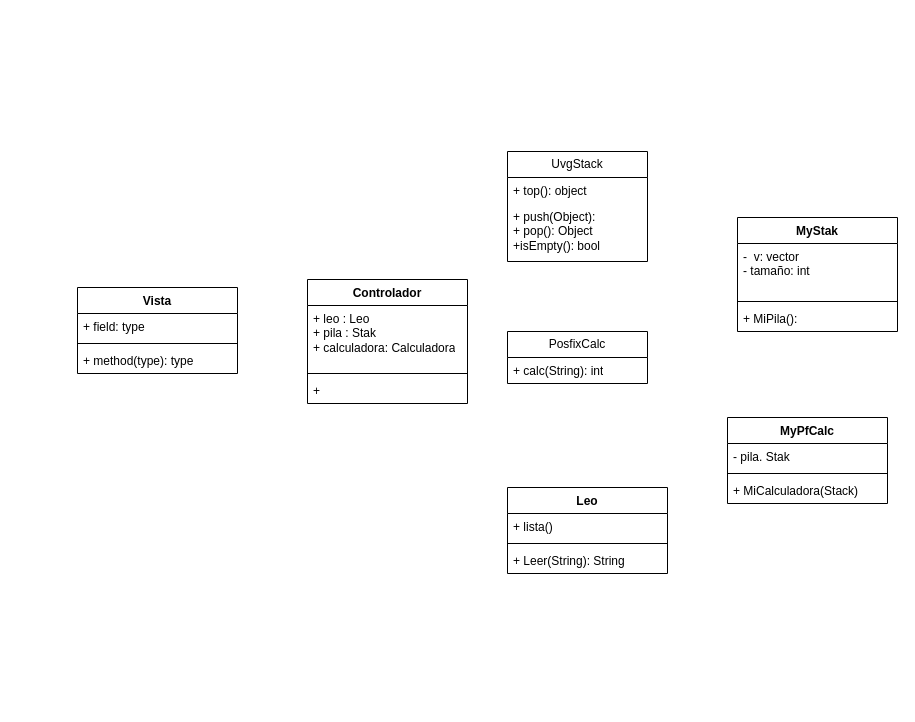
The draw.io diagram Diagrama sin título.drawio in JusSolo/HDT2_calculadora, before the edit. Source tidied: cells renumbered, new cells numbered last; positions are measured from the earlier drawing's top-left corner, leaving out a move shared by most shapes. Both pictures are drawn from the tidied source at 100%, with x=0, y=0 at pixel (77, 151).
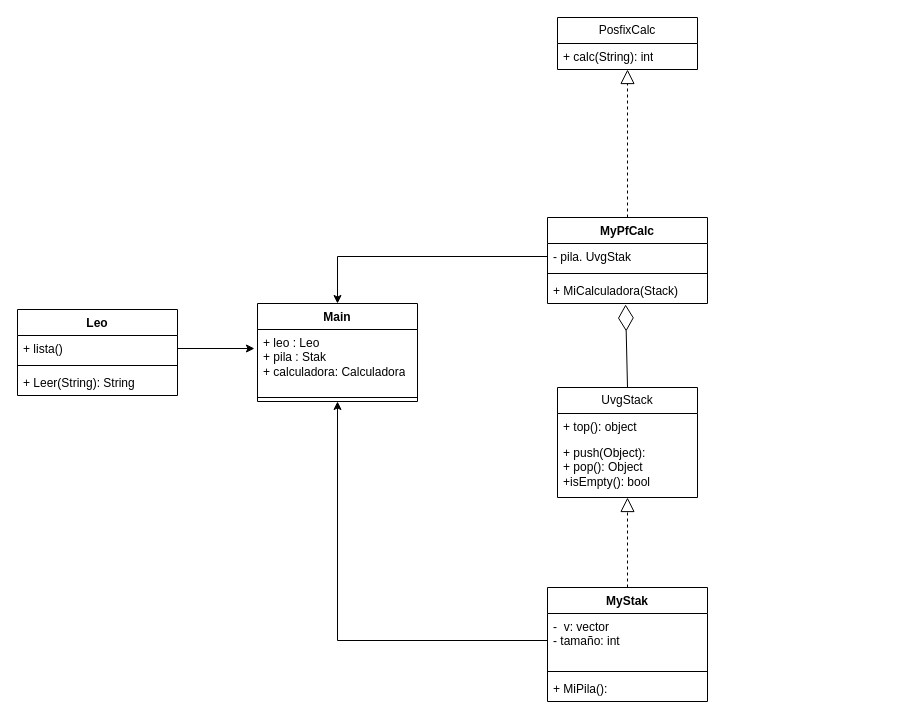
After the change.

Unchanged cells that the change refers to:
```xml
<mxCell id="3" value="-&amp;nbsp; v: vector&lt;br&gt;- tamaño: int" style="text;strokeColor=none;fillColor=none;align=left;verticalAlign=top;spacingLeft=4;spacingRight=4;overflow=hidden;points=[[0,0.5],[1,0.5]];portConstraint=eastwest;whiteSpace=wrap;html=1;" parent="2" vertex="1">
  <mxGeometry y="26" width="160" height="54" as="geometry" />
</mxCell>
<mxCell id="14" value="+ MiCalculadora(Stack)" style="text;strokeColor=none;fillColor=none;align=left;verticalAlign=top;spacingLeft=4;spacingRight=4;overflow=hidden;points=[[0,0.5],[1,0.5]];portConstraint=eastwest;whiteSpace=wrap;html=1;" parent="11" vertex="1">
  <mxGeometry y="60" width="160" height="26" as="geometry" />
</mxCell>
<mxCell id="16" value="+ lista()" style="text;strokeColor=none;fillColor=none;align=left;verticalAlign=top;spacingLeft=4;spacingRight=4;overflow=hidden;points=[[0,0.5],[1,0.5]];portConstraint=eastwest;whiteSpace=wrap;html=1;" parent="15" vertex="1">
  <mxGeometry y="26" width="160" height="26" as="geometry" />
</mxCell>
<mxCell id="20" value="+ leo : Leo&lt;br&gt;+ pila : Stak&lt;br&gt;+ calculadora: Calculadora&lt;br&gt;" style="text;strokeColor=none;fillColor=none;align=left;verticalAlign=top;spacingLeft=4;spacingRight=4;overflow=hidden;points=[[0,0.5],[1,0.5]];portConstraint=eastwest;whiteSpace=wrap;html=1;" parent="19" vertex="1">
  <mxGeometry y="26" width="160" height="64" as="geometry" />
</mxCell>
```

What changed in the source:
```diff
@@
     <mxCell id="2" value="MyStak" style="swimlane;fontStyle=1;align=center;verticalAlign=top;horizontal=1;startSize=26;whiteSpace=wrap;html=1;" parent="1" vertex="1">
-      <mxGeometry x="660" y="66" width="160" height="114" as="geometry" />
+      <mxGeometry x="470" y="436" width="160" height="114" as="geometry" />
     </mxCell>
@@
     <mxCell id="6" value="UvgStack" style="swimlane;fontStyle=0;horizontal=1;startSize=26;fillColor=none;whiteSpace=wrap;html=1;" parent="1" vertex="1">
-      <mxGeometry x="430" width="140" height="110" as="geometry" />
+      <mxGeometry x="480" y="236" width="140" height="110" as="geometry" />
     </mxCell>
@@
     <mxCell id="9" value="PosfixCalc" style="swimlane;fontStyle=0;horizontal=1;startSize=26;fillColor=none;whiteSpace=wrap;html=1;" parent="1" vertex="1">
-      <mxGeometry x="430" y="180" width="140" height="52" as="geometry" />
+      <mxGeometry x="480" y="-134" width="140" height="52" as="geometry" />
     </mxCell>
@@
     <mxCell id="11" value="MyPfCalc" style="swimlane;fontStyle=1;align=center;verticalAlign=top;horizontal=1;startSize=26;whiteSpace=wrap;html=1;" parent="1" vertex="1">
-      <mxGeometry x="650" y="266" width="160" height="86" as="geometry" />
+      <mxGeometry x="470" y="66" width="160" height="86" as="geometry" />
     </mxCell>
-    <mxCell id="12" value="- pila. Stak" style="text;strokeColor=none;fillColor=none;align=left;verticalAlign=top;spacingLeft=4;spacingRight=4;overflow=hidden;points=[[0,0.5],[1,0.5]];portConstraint=eastwest;whiteSpace=wrap;html=1;" parent="11" vertex="1">
+    <mxCell id="12" value="- pila. UvgStak" style="text;strokeColor=none;fillColor=none;align=left;verticalAlign=top;spacingLeft=4;spacingRight=4;overflow=hidden;points=[[0,0.5],[1,0.5]];portConstraint=eastwest;whiteSpace=wrap;html=1;" parent="11" vertex="1">
       <mxGeometry y="26" width="160" height="26" as="geometry" />
     </mxCell>
@@
     <mxCell id="15" value="Leo" style="swimlane;fontStyle=1;align=center;verticalAlign=top;horizontal=1;startSize=26;whiteSpace=wrap;html=1;" parent="1" vertex="1">
-      <mxGeometry x="430" y="336" width="160" height="86" as="geometry" />
+      <mxGeometry x="-60" y="158" width="160" height="86" as="geometry" />
     </mxCell>
@@
-    <mxCell id="19" value="Controlador" style="swimlane;fontStyle=1;align=center;verticalAlign=top;horizontal=1;startSize=26;whiteSpace=wrap;html=1;" parent="1" vertex="1">
-      <mxGeometry x="230" y="128" width="160" height="124" as="geometry" />
+    <mxCell id="19" value="Main" style="swimlane;fontStyle=1;align=center;verticalAlign=top;horizontal=1;startSize=26;whiteSpace=wrap;html=1;" parent="1" vertex="1">
+      <mxGeometry x="180" y="152" width="160" height="98" as="geometry" />
     </mxCell>
@@
-    <mxCell id="22" value="+&amp;nbsp;" style="text;strokeColor=none;fillColor=none;align=left;verticalAlign=top;spacingLeft=4;spacingRight=4;overflow=hidden;whiteSpace=wrap;html=1;" parent="19" vertex="1">
-      <mxGeometry y="98" width="160" height="26" as="geometry" />
-    </mxCell>
-    <mxCell id="23" value="Vista" style="swimlane;fontStyle=1;align=center;verticalAlign=top;horizontal=1;startSize=26;whiteSpace=wrap;html=1;" parent="1" vertex="1">
-      <mxGeometry y="136" width="160" height="86" as="geometry" />
-    </mxCell>
-    <mxCell id="24" value="+ field: type" style="text;strokeColor=none;fillColor=none;align=left;verticalAlign=top;spacingLeft=4;spacingRight=4;overflow=hidden;whiteSpace=wrap;html=1;" parent="23" vertex="1">
-      <mxGeometry y="26" width="160" height="26" as="geometry" />
-    </mxCell>
-    <mxCell id="25" style="line;strokeWidth=1;fillColor=none;align=left;verticalAlign=middle;spacingTop=-1;spacingLeft=3;spacingRight=3;labelPosition=right;strokeColor=inherit;" parent="23" vertex="1">
-      <mxGeometry y="52" width="160" height="8" as="geometry" />
-    </mxCell>
-    <mxCell id="26" value="+ method(type): type" style="text;strokeColor=none;fillColor=none;align=left;verticalAlign=top;spacingLeft=4;spacingRight=4;overflow=hidden;whiteSpace=wrap;html=1;" parent="23" vertex="1">
-      <mxGeometry y="60" width="160" height="26" as="geometry" />
-    </mxCell>
+    <mxCell id="27" style="endArrow=block;dashed=1;endFill=0;endSize=12;html=1;rounded=0;exitX=0.5;exitY=0;exitDx=0;exitDy=0;entryX=0.5;entryY=1;entryDx=0;entryDy=0;" parent="1" edge="1" source="11" target="9">
+      <mxGeometry relative="1" as="geometry" />
+    </mxCell>
+    <mxCell id="28" style="endArrow=block;dashed=1;endFill=0;endSize=12;html=1;rounded=0;exitX=0.5;exitY=0;exitDx=0;exitDy=0;" parent="1" edge="1" source="2">
+      <mxGeometry relative="1" as="geometry">
+        <mxPoint x="550" y="346" as="targetPoint" />
+      </mxGeometry>
+    </mxCell>
+    <mxCell id="29" style="edgeStyle=orthogonalEdgeStyle;rounded=0;jettySize=auto;html=1;entryX=-0.019;entryY=0.297;entryDx=0;entryDy=0;entryPerimeter=0;" parent="1" edge="1" source="16" target="20">
+      <mxGeometry relative="1" as="geometry" />
+    </mxCell>
+    <mxCell id="30" style="edgeStyle=orthogonalEdgeStyle;rounded=0;jettySize=auto;html=1;exitX=0;exitY=0.5;exitDx=0;exitDy=0;entryX=0.5;entryY=0;entryDx=0;entryDy=0;" parent="1" edge="1" source="12" target="19">
+      <mxGeometry relative="1" as="geometry" />
+    </mxCell>
+    <mxCell id="31" style="edgeStyle=orthogonalEdgeStyle;rounded=0;jettySize=auto;html=1;entryX=0.5;entryY=1;entryDx=0;entryDy=0;" parent="1" edge="1" source="3" target="19">
+      <mxGeometry relative="1" as="geometry" />
+    </mxCell>
+    <mxCell id="32" style="endArrow=diamondThin;endFill=0;endSize=24;html=1;rounded=0;exitX=0.5;exitY=0;exitDx=0;exitDy=0;entryX=0.488;entryY=1.038;entryDx=0;entryDy=0;entryPerimeter=0;" parent="1" edge="1" source="6" target="14">
+      <mxGeometry relative="1" as="geometry" />
+    </mxCell>
```
